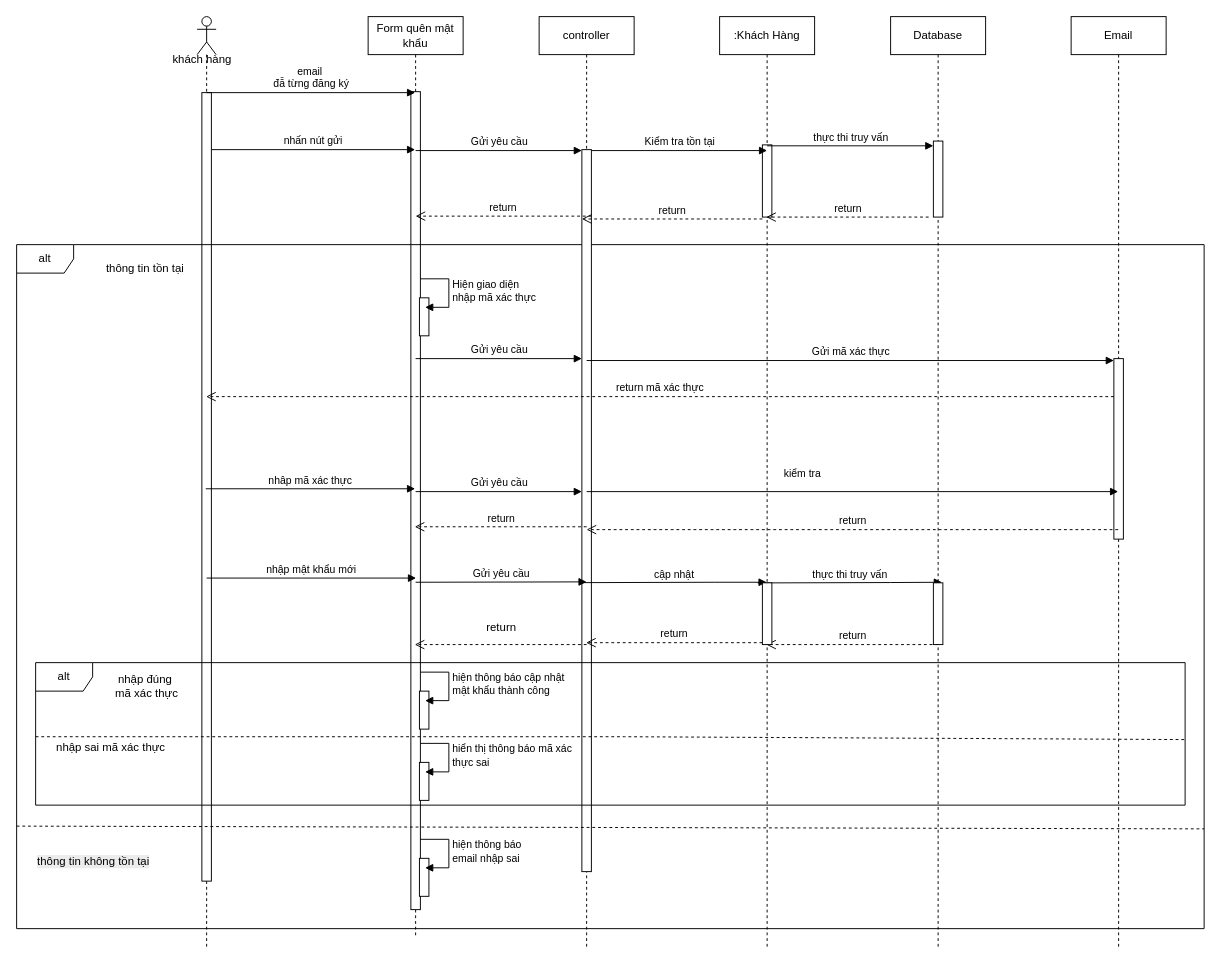
Above: User/Sequence/quenmatkhau.drawio in dmn-05/PTTK-HTTT (draw.io), before the change. Source tidied: cells renumbered, new cells numbered last; positions are measured from the earlier drawing's top-left corner, leaving out a move shared by most shapes. Both pictures are drawn from the tidied source at 95%, with x=0, y=0 at pixel (16, 16).
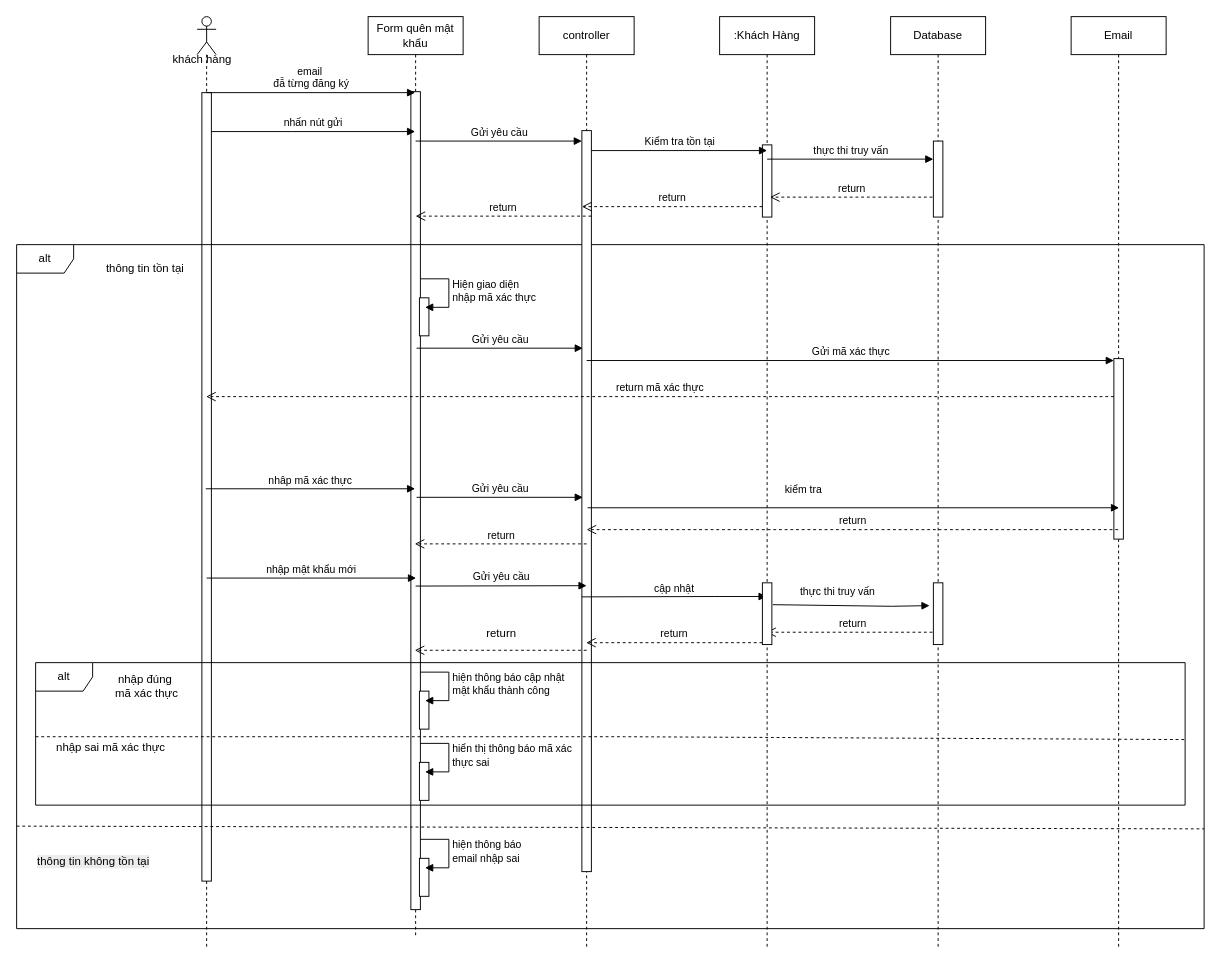
The same diagram, later.

Unchanged cells that the change refers to:
```xml
<mxCell id="2" value="Form quên mật khẩu" style="shape=umlLifeline;perimeter=lifelinePerimeter;whiteSpace=wrap;html=1;outlineConnect=0;portConstraint=eastwest;newEdgeStyle={&quot;curved&quot;:0,&quot;rounded&quot;:0};" parent="1" vertex="1">
  <mxGeometry x="370" width="100" height="970" as="geometry" />
</mxCell>
<mxCell id="9" value="Email" style="shape=umlLifeline;perimeter=lifelinePerimeter;whiteSpace=wrap;html=1;outlineConnect=0;portConstraint=eastwest;newEdgeStyle={&quot;curved&quot;:0,&quot;rounded&quot;:0};" parent="1" vertex="1">
  <mxGeometry x="1110" width="100" height="980" as="geometry" />
</mxCell>
<mxCell id="11" style="html=1;points=[[0,0,0,0,5],[0,1,0,0,-5],[1,0,0,0,5],[1,1,0,0,-5]];perimeter=orthogonalPerimeter;outlineConnect=0;targetShapes=umlLifeline;portConstraint=eastwest;newEdgeStyle={&quot;curved&quot;:0,&quot;rounded&quot;:0};" parent="10" vertex="1">
  <mxGeometry x="5" y="80" width="10" height="830" as="geometry" />
</mxCell>
```

The edit, as a diff of the source:
```diff
@@
-    <mxCell id="13" value="nhấn nút gửi" style="html=1;verticalAlign=bottom;endArrow=block;curved=0;rounded=0;" parent="1" edge="1" source="11" target="2">
+    <mxCell id="13" value="nhấn nút gửi" style="html=1;verticalAlign=bottom;endArrow=block;curved=0;rounded=0;" parent="1" edge="1">
       <mxGeometry relative="1" as="geometry">
+        <mxPoint x="205" y="121" as="sourcePoint" />
+        <mxPoint x="419.5" y="121" as="targetPoint" />
         <Array as="points">
-          <mxPoint x="290" y="140" />
+          <mxPoint x="290" y="121" />
         </Array>
       </mxGeometry>
     </mxCell>
@@
     <mxCell id="15" style="html=1;perimeter=orthogonalPerimeter;targetShapes=umlLifeline;newEdgeStyle={&quot;curved&quot;:0,&quot;rounded&quot;:0};" parent="1" vertex="1">
-      <mxGeometry x="595" y="140" width="10" height="760" as="geometry" />
+      <mxGeometry x="595" y="120" width="10" height="780" as="geometry" />
     </mxCell>
     <mxCell id="16" value="Gửi yêu cầu" style="html=1;verticalAlign=bottom;endArrow=block;curved=0;rounded=0;entryX=0;entryY=0;entryDx=0;entryDy=5;entryPerimeter=0;" parent="1" edge="1">
       <mxGeometry relative="1" as="geometry">
-        <mxPoint x="420" y="141" as="sourcePoint" />
-        <mxPoint x="595" y="141" as="targetPoint" />
+        <mxPoint x="420" y="131" as="sourcePoint" />
+        <mxPoint x="595" y="131" as="targetPoint" />
       </mxGeometry>
     </mxCell>
@@
     <mxCell id="18" value="thực thi truy vấn" style="html=1;verticalAlign=bottom;endArrow=block;curved=0;rounded=0;entryX=0;entryY=0;entryDx=0;entryDy=5;entryPerimeter=0;" parent="1" edge="1">
       <mxGeometry relative="1" as="geometry">
-        <mxPoint x="790" y="136" as="sourcePoint" />
-        <mxPoint x="965" y="136" as="targetPoint" />
+        <mxPoint x="790" y="150" as="sourcePoint" />
+        <mxPoint x="965" y="150" as="targetPoint" />
       </mxGeometry>
     </mxCell>
     <mxCell id="19" value="return" style="html=1;verticalAlign=bottom;endArrow=open;dashed=1;endSize=8;curved=0;rounded=0;" parent="1" edge="1">
       <mxGeometry relative="1" as="geometry">
-        <mxPoint x="960" y="211" as="sourcePoint" />
-        <mxPoint x="789.1" y="211" as="targetPoint" />
+        <mxPoint x="964" y="190" as="sourcePoint" />
+        <mxPoint x="793.1" y="190" as="targetPoint" />
       </mxGeometry>
     </mxCell>
@@
-    <mxCell id="29" value="kiểm tra" style="html=1;verticalAlign=bottom;endArrow=block;curved=0;rounded=0;" parent="1" edge="1" target="9">
+    <mxCell id="29" value="kiểm tra" style="html=1;verticalAlign=bottom;endArrow=block;curved=0;rounded=0;" parent="1" edge="1">
       <mxGeometry x="-0.19" y="10" relative="1" as="geometry">
-        <mxPoint x="600" y="500" as="sourcePoint" />
+        <mxPoint x="601" y="517" as="sourcePoint" />
+        <mxPoint x="1160.5" y="517" as="targetPoint" />
       </mxGeometry>
     </mxCell>
@@
     <mxCell id="31" value="return" style="html=1;verticalAlign=bottom;endArrow=open;dashed=1;endSize=8;curved=0;rounded=0;" parent="1" edge="1">
       <mxGeometry relative="1" as="geometry">
-        <mxPoint x="600" y="537" as="sourcePoint" />
-        <mxPoint x="419.1" y="537" as="targetPoint" />
+        <mxPoint x="600" y="555" as="sourcePoint" />
+        <mxPoint x="419.1" y="555" as="targetPoint" />
       </mxGeometry>
     </mxCell>
@@
     <mxCell id="34" value="Gửi yêu cầu" style="html=1;verticalAlign=bottom;endArrow=block;curved=0;rounded=0;" parent="1" edge="1">
       <mxGeometry relative="1" as="geometry">
-        <mxPoint x="420" y="595.4" as="sourcePoint" />
-        <mxPoint x="600" y="595" as="targetPoint" />
+        <mxPoint x="420" y="599.4" as="sourcePoint" />
+        <mxPoint x="600" y="599" as="targetPoint" />
       </mxGeometry>
     </mxCell>
     <mxCell id="35" value="cập nhật" style="html=1;verticalAlign=bottom;endArrow=block;curved=0;rounded=0;" parent="1" edge="1">
       <mxGeometry relative="1" as="geometry">
-        <mxPoint x="595" y="595.8" as="sourcePoint" />
-        <mxPoint x="789.5" y="595.4" as="targetPoint" />
+        <mxPoint x="595" y="610.8" as="sourcePoint" />
+        <mxPoint x="789.5" y="610.4" as="targetPoint" />
         <Array as="points">
-          <mxPoint x="735" y="595.4" />
+          <mxPoint x="735" y="610.4" />
         </Array>
       </mxGeometry>
     </mxCell>
-    <mxCell id="36" value="thực thi truy vấn" style="html=1;verticalAlign=bottom;endArrow=block;curved=0;rounded=0;" parent="1" edge="1">
-      <mxGeometry relative="1" as="geometry">
-        <mxPoint x="780" y="596.1" as="sourcePoint" />
-        <mxPoint x="974" y="595.4" as="targetPoint" />
+    <mxCell id="36" value="thực thi truy vấn" style="html=1;verticalAlign=bottom;endArrow=block;curved=0;rounded=0;exitX=1;exitY=0;exitDx=0;exitDy=5;exitPerimeter=0;" parent="1" edge="1">
+      <mxGeometry x="-0.18" y="6" relative="1" as="geometry">
+        <mxPoint x="796" y="619" as="sourcePoint" />
+        <mxPoint x="961" y="620" as="targetPoint" />
         <Array as="points">
-          <mxPoint x="920" y="595.7" />
+          <mxPoint x="921" y="620.7" />
         </Array>
       </mxGeometry>
     </mxCell>
     <mxCell id="37" value="return" style="html=1;verticalAlign=bottom;endArrow=open;dashed=1;endSize=8;curved=0;rounded=0;" parent="1" edge="1">
       <mxGeometry relative="1" as="geometry">
-        <mxPoint x="970" y="661" as="sourcePoint" />
-        <mxPoint x="789.1" y="661" as="targetPoint" />
+        <mxPoint x="970" y="648" as="sourcePoint" />
+        <mxPoint x="789.1" y="648" as="targetPoint" />
       </mxGeometry>
     </mxCell>
     <mxCell id="38" value="return" style="html=1;verticalAlign=bottom;endArrow=open;dashed=1;endSize=8;curved=0;rounded=0;" parent="1" edge="1">
       <mxGeometry relative="1" as="geometry">
-        <mxPoint x="785" y="213" as="sourcePoint" />
-        <mxPoint x="595" y="213" as="targetPoint" />
+        <mxPoint x="785" y="200" as="sourcePoint" />
+        <mxPoint x="595" y="200" as="targetPoint" />
       </mxGeometry>
     </mxCell>
     <mxCell id="39" style="html=1;verticalAlign=bottom;endArrow=open;dashed=1;endSize=8;curved=0;rounded=0;" parent="1" edge="1">
       <mxGeometry relative="1" as="geometry">
-        <mxPoint x="600" y="661" as="sourcePoint" />
-        <mxPoint x="419.1" y="661" as="targetPoint" />
+        <mxPoint x="600" y="667" as="sourcePoint" />
+        <mxPoint x="419.1" y="667" as="targetPoint" />
       </mxGeometry>
     </mxCell>
@@
     <mxCell id="45" value="Gửi yêu cầu" style="html=1;verticalAlign=bottom;endArrow=block;curved=0;rounded=0;entryX=0;entryY=0;entryDx=0;entryDy=5;entryPerimeter=0;" parent="1" edge="1">
       <mxGeometry relative="1" as="geometry">
-        <mxPoint x="420" y="360" as="sourcePoint" />
-        <mxPoint x="595" y="360" as="targetPoint" />
+        <mxPoint x="421" y="349" as="sourcePoint" />
+        <mxPoint x="596" y="349" as="targetPoint" />
       </mxGeometry>
     </mxCell>
@@
     <mxCell id="48" value="Gửi yêu cầu" style="html=1;verticalAlign=bottom;endArrow=block;curved=0;rounded=0;entryX=0;entryY=0;entryDx=0;entryDy=5;entryPerimeter=0;" parent="1" edge="1">
       <mxGeometry relative="1" as="geometry">
-        <mxPoint x="420" y="500" as="sourcePoint" />
-        <mxPoint x="595" y="500" as="targetPoint" />
+        <mxPoint x="421" y="506" as="sourcePoint" />
+        <mxPoint x="596" y="506" as="targetPoint" />
       </mxGeometry>
     </mxCell>
@@
     <mxCell id="50" value="return" style="text;html=1;align=center;verticalAlign=middle;strokeColor=none;fillColor=none;" parent="1" vertex="1">
-      <mxGeometry x="485" y="628" width="50" height="30" as="geometry" />
+      <mxGeometry x="485" y="634" width="50" height="30" as="geometry" />
     </mxCell>
```
